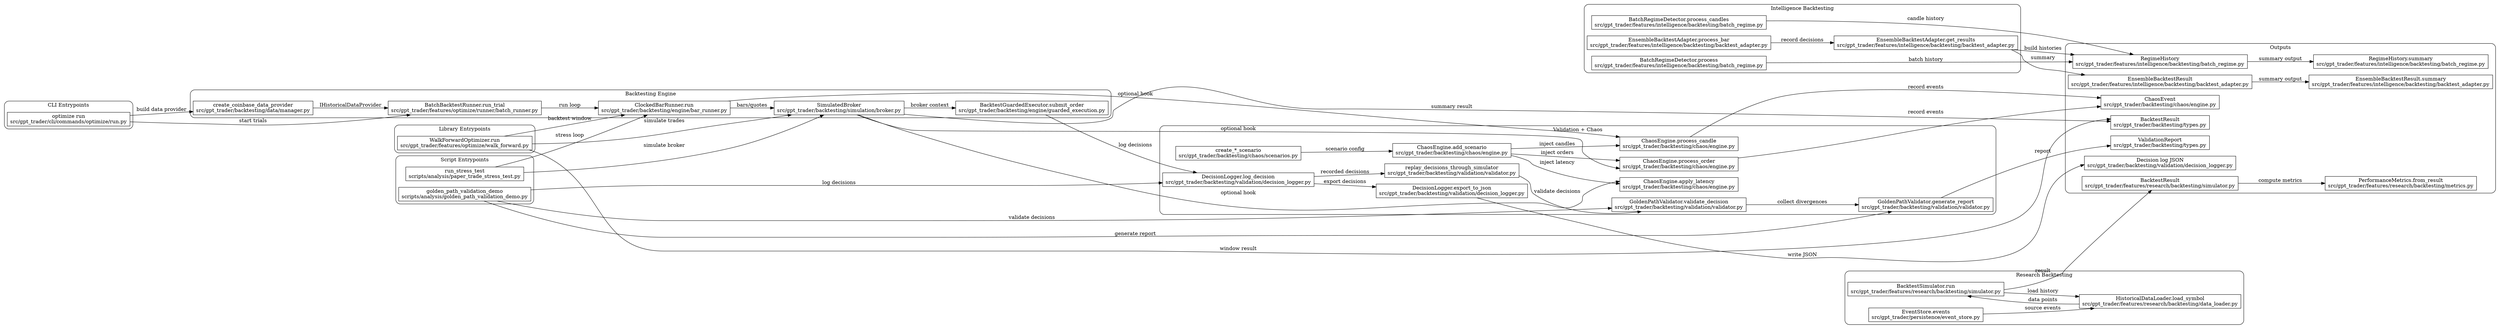
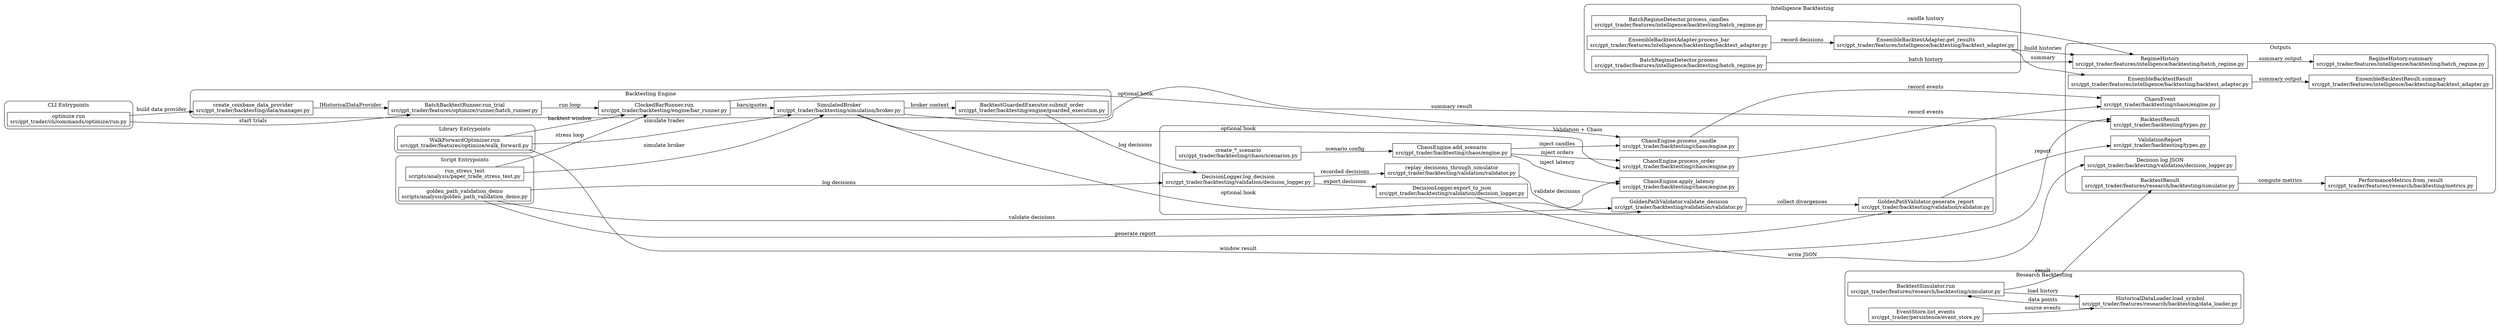
digraph BacktestEntrypoints {
  rankdir=LR;
  subgraph cluster_cli {
    label="CLI Entrypoints";
    style=rounded;
    "cli_optimize_run" [shape=box, label="optimize run\nsrc/gpt_trader/cli/commands/optimize/run.py"];
  }
  subgraph cluster_scripts {
    label="Script Entrypoints";
    style=rounded;
    "paper_trade_stress_test" [shape=box, label="run_stress_test\nscripts/analysis/paper_trade_stress_test.py"];
    "golden_path_demo" [shape=box, label="golden_path_validation_demo\nscripts/analysis/golden_path_validation_demo.py"];
  }
  subgraph cluster_library {
    label="Library Entrypoints";
    style=rounded;
    "walk_forward_run" [shape=box, label="WalkForwardOptimizer.run\nsrc/gpt_trader/features/optimize/walk_forward.py"];
  }
  subgraph cluster_engine {
    label="Backtesting Engine";
    style=rounded;
    "data_provider_factory" [shape=box, label="create_coinbase_data_provider\nsrc/gpt_trader/backtesting/data/manager.py"];
    "batch_runner" [shape=box, label="BatchBacktestRunner.run_trial\nsrc/gpt_trader/features/optimize/runner/batch_runner.py"];
    "clocked_bar_runner" [shape=box, label="ClockedBarRunner.run\nsrc/gpt_trader/backtesting/engine/bar_runner.py"];
    "simulated_broker_engine" [shape=box, label="SimulatedBroker\nsrc/gpt_trader/backtesting/simulation/broker.py"];
    "backtest_guarded_executor" [shape=box, label="BacktestGuardedExecutor.submit_order\nsrc/gpt_trader/backtesting/engine/guarded_execution.py"];
  }
  subgraph cluster_research {
    label="Research Backtesting";
    style=rounded;
    "backtest_simulator_run" [shape=box, label="BacktestSimulator.run\nsrc/gpt_trader/features/research/backtesting/simulator.py"];
    "historical_loader" [shape=box, label="HistoricalDataLoader.load_symbol\nsrc/gpt_trader/features/research/backtesting/data_loader.py"];
-     "event_store_events" [shape=box, label="EventStore.events\nsrc/gpt_trader/persistence/event_store.py"];
+     "event_store_list_events" [shape=box, label="EventStore.list_events\nsrc/gpt_trader/persistence/event_store.py"];
  }
  subgraph cluster_intelligence {
    label="Intelligence Backtesting";
    style=rounded;
    "ensemble_backtest_process" [shape=box, label="EnsembleBacktestAdapter.process_bar\nsrc/gpt_trader/features/intelligence/backtesting/backtest_adapter.py"];
    "ensemble_backtest_results" [shape=box, label="EnsembleBacktestAdapter.get_results\nsrc/gpt_trader/features/intelligence/backtesting/backtest_adapter.py"];
    "batch_regime_process" [shape=box, label="BatchRegimeDetector.process\nsrc/gpt_trader/features/intelligence/backtesting/batch_regime.py"];
    "batch_regime_process_candles" [shape=box, label="BatchRegimeDetector.process_candles\nsrc/gpt_trader/features/intelligence/backtesting/batch_regime.py"];
  }
  subgraph cluster_validation {
    label="Validation + Chaos";
    style=rounded;
    "decision_logger_log" [shape=box, label="DecisionLogger.log_decision\nsrc/gpt_trader/backtesting/validation/decision_logger.py"];
    "decision_logger_export" [shape=box, label="DecisionLogger.export_to_json\nsrc/gpt_trader/backtesting/validation/decision_logger.py"];
    "golden_path_validate" [shape=box, label="GoldenPathValidator.validate_decision\nsrc/gpt_trader/backtesting/validation/validator.py"];
    "golden_path_report" [shape=box, label="GoldenPathValidator.generate_report\nsrc/gpt_trader/backtesting/validation/validator.py"];
    "replay_decisions" [shape=box, label="replay_decisions_through_simulator\nsrc/gpt_trader/backtesting/validation/validator.py"];
    "chaos_engine_add" [shape=box, label="ChaosEngine.add_scenario\nsrc/gpt_trader/backtesting/chaos/engine.py"];
    "chaos_engine_process_candle" [shape=box, label="ChaosEngine.process_candle\nsrc/gpt_trader/backtesting/chaos/engine.py"];
    "chaos_engine_process_order" [shape=box, label="ChaosEngine.process_order\nsrc/gpt_trader/backtesting/chaos/engine.py"];
    "chaos_engine_apply_latency" [shape=box, label="ChaosEngine.apply_latency\nsrc/gpt_trader/backtesting/chaos/engine.py"];
    "chaos_scenario_factories" [shape=box, label="create_*_scenario\nsrc/gpt_trader/backtesting/chaos/scenarios.py"];
  }
  subgraph cluster_output {
    label="Outputs";
    style=rounded;
    "engine_backtest_result" [shape=box, label="BacktestResult\nsrc/gpt_trader/backtesting/types.py"];
    "research_backtest_result" [shape=box, label="BacktestResult\nsrc/gpt_trader/features/research/backtesting/simulator.py"];
    "performance_metrics" [shape=box, label="PerformanceMetrics.from_result\nsrc/gpt_trader/features/research/backtesting/metrics.py"];
    "ensemble_backtest_result" [shape=box, label="EnsembleBacktestResult\nsrc/gpt_trader/features/intelligence/backtesting/backtest_adapter.py"];
    "ensemble_backtest_summary" [shape=box, label="EnsembleBacktestResult.summary\nsrc/gpt_trader/features/intelligence/backtesting/backtest_adapter.py"];
    "regime_history" [shape=box, label="RegimeHistory\nsrc/gpt_trader/features/intelligence/backtesting/batch_regime.py"];
    "regime_history_summary" [shape=box, label="RegimeHistory.summary\nsrc/gpt_trader/features/intelligence/backtesting/batch_regime.py"];
    "validation_report" [shape=box, label="ValidationReport\nsrc/gpt_trader/backtesting/types.py"];
    "decision_log_json" [shape=box, label="Decision log JSON\nsrc/gpt_trader/backtesting/validation/decision_logger.py"];
    "chaos_event" [shape=box, label="ChaosEvent\nsrc/gpt_trader/backtesting/chaos/engine.py"];
  }
  "cli_optimize_run" -> "data_provider_factory" [label="build data provider"];
  "data_provider_factory" -> "batch_runner" [label="IHistoricalDataProvider"];
  "cli_optimize_run" -> "batch_runner" [label="start trials"];
  "batch_runner" -> "clocked_bar_runner" [label="run loop"];
  "clocked_bar_runner" -> "simulated_broker_engine" [label="bars/quotes"];
  "simulated_broker_engine" -> "backtest_guarded_executor" [label="broker context"];
  "backtest_guarded_executor" -> "decision_logger_log" [label="log decisions"];
  "clocked_bar_runner" -> "chaos_engine_process_candle" [label="optional hook"];
  "simulated_broker_engine" -> "chaos_engine_process_order" [label="optional hook"];
  "simulated_broker_engine" -> "chaos_engine_apply_latency" [label="optional hook"];
  "simulated_broker_engine" -> "engine_backtest_result" [label="summary result"];
  "walk_forward_run" -> "clocked_bar_runner" [label="backtest window"];
  "walk_forward_run" -> "simulated_broker_engine" [label="simulate trades"];
  "walk_forward_run" -> "engine_backtest_result" [label="window result"];
  "paper_trade_stress_test" -> "clocked_bar_runner" [label="stress loop"];
  "paper_trade_stress_test" -> "simulated_broker_engine" [label="simulate broker"];
  "golden_path_demo" -> "decision_logger_log" [label="log decisions"];
  "golden_path_demo" -> "golden_path_validate" [label="validate decisions"];
  "golden_path_demo" -> "golden_path_report" [label="generate report"];
  "backtest_simulator_run" -> "historical_loader" [label="load history"];
-   "event_store_events" -> "historical_loader" [label="source events"];
+   "event_store_list_events" -> "historical_loader" [label="source events"];
  "historical_loader" -> "backtest_simulator_run" [label="data points"];
  "backtest_simulator_run" -> "research_backtest_result" [label="result"];
  "research_backtest_result" -> "performance_metrics" [label="compute metrics"];
  "ensemble_backtest_process" -> "ensemble_backtest_results" [label="record decisions"];
  "ensemble_backtest_results" -> "regime_history" [label="build histories"];
  "ensemble_backtest_results" -> "ensemble_backtest_result" [label="summary"];
  "batch_regime_process" -> "regime_history" [label="batch history"];
  "batch_regime_process_candles" -> "regime_history" [label="candle history"];
  "ensemble_backtest_result" -> "ensemble_backtest_summary" [label="summary output"];
  "regime_history" -> "regime_history_summary" [label="summary output"];
  "decision_logger_log" -> "decision_logger_export" [label="export decisions"];
  "decision_logger_export" -> "decision_log_json" [label="write JSON"];
  "decision_logger_log" -> "replay_decisions" [label="recorded decisions"];
  "replay_decisions" -> "golden_path_validate" [label="validate decisions"];
  "golden_path_validate" -> "golden_path_report" [label="collect divergences"];
  "golden_path_report" -> "validation_report" [label="report"];
  "chaos_scenario_factories" -> "chaos_engine_add" [label="scenario config"];
  "chaos_engine_add" -> "chaos_engine_process_candle" [label="inject candles"];
  "chaos_engine_add" -> "chaos_engine_process_order" [label="inject orders"];
  "chaos_engine_add" -> "chaos_engine_apply_latency" [label="inject latency"];
  "chaos_engine_process_candle" -> "chaos_event" [label="record events"];
  "chaos_engine_process_order" -> "chaos_event" [label="record events"];
}
